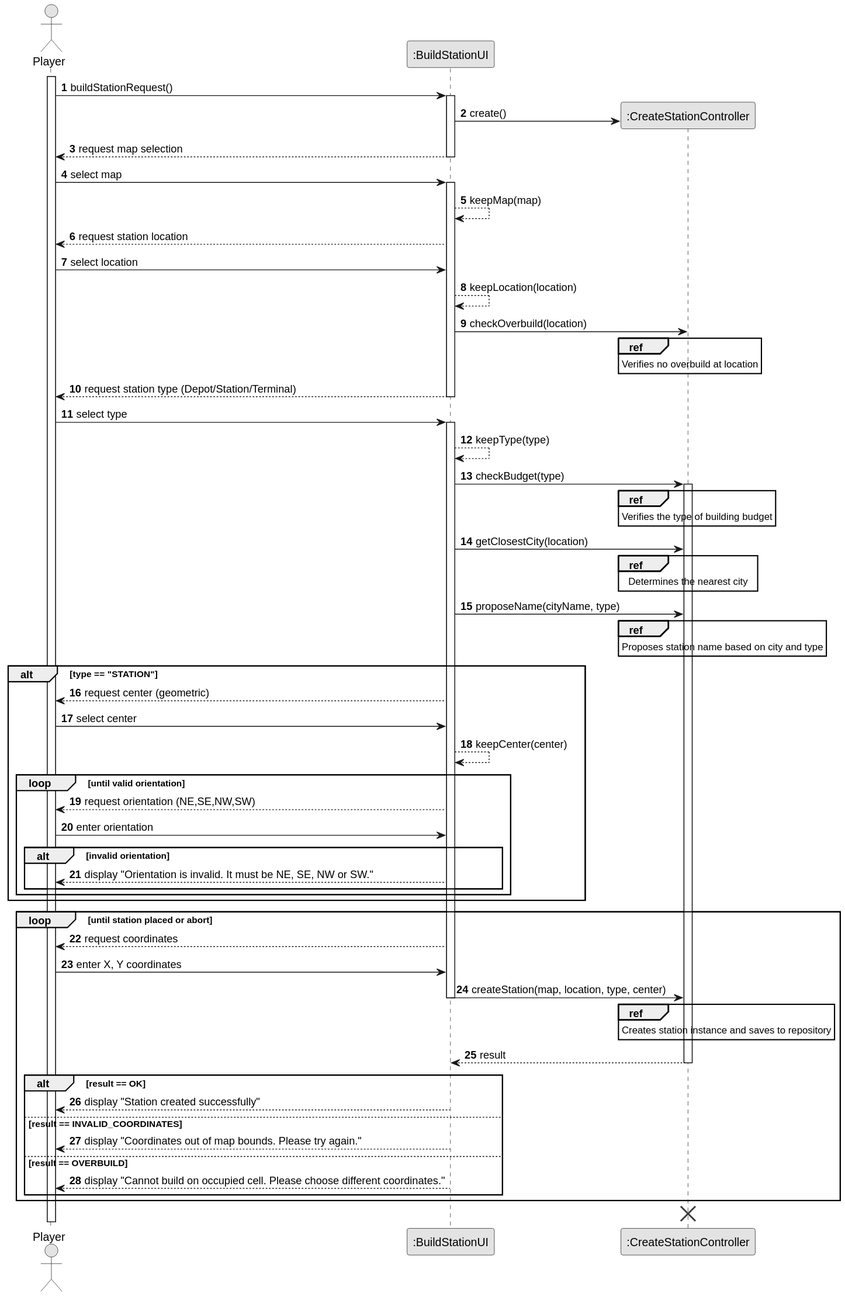
Before: docs/system-documentation/US005/03.design/svg/US005-SD-split.svg, a diagram exported from PlantUML (goncalolopesp/sem2-pi-24.25-g093-repo).
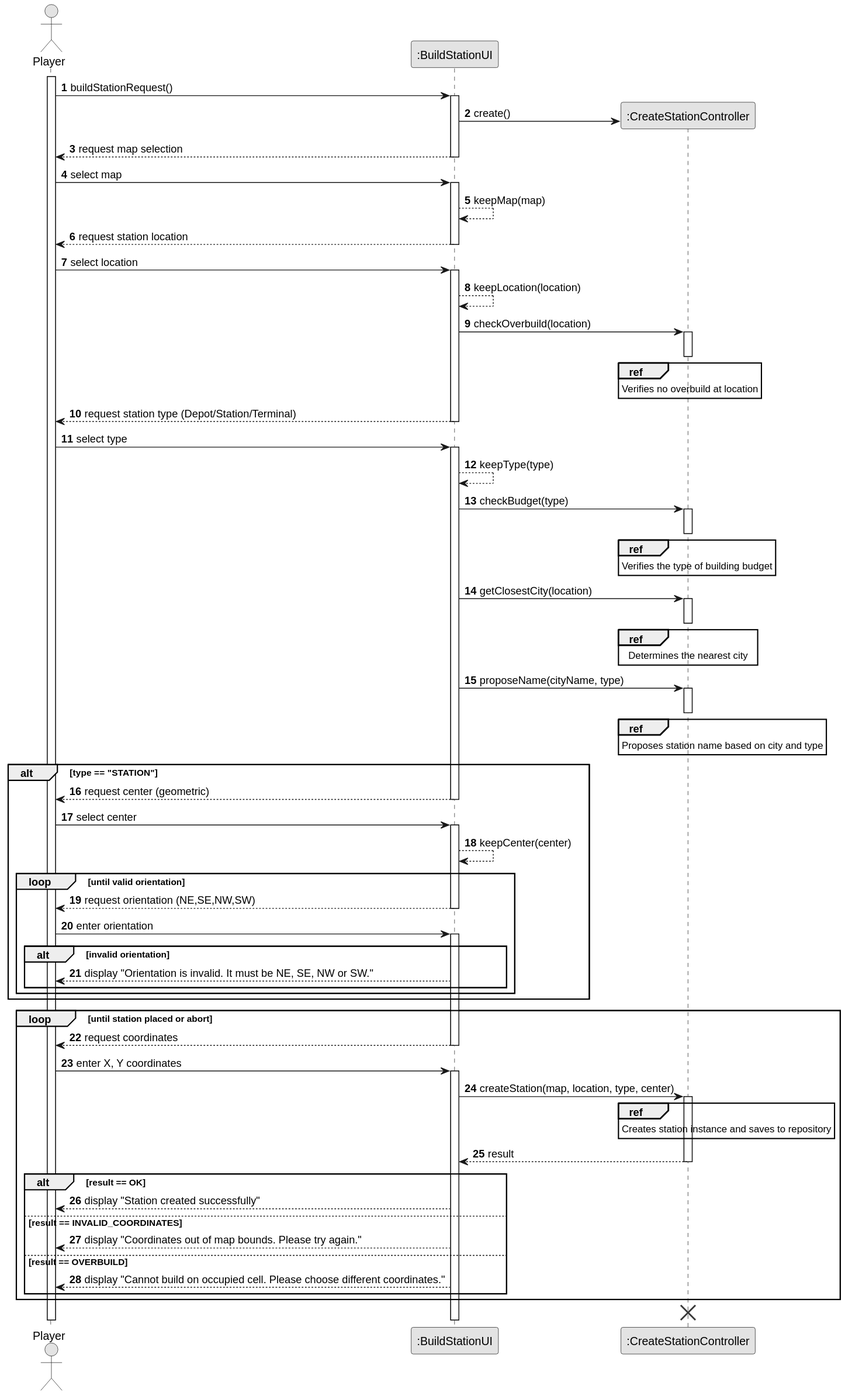
The same file after the commit.

What changed in the source:
```diff
@@ -15,6 +15,7 @@
 create CreateStationController
 activate BuildStationUI
 BuildStationUI -> CreateStationController: create()
+deactivate CreateStationController
 
 BuildStationUI --> Player : request map selection
 deactivate BuildStationUI
@@ -23,13 +24,17 @@
 BuildStationUI --> BuildStationUI : keepMap(map)
 
 BuildStationUI --> Player : request station location
+deactivate BuildStationUI
 Player -> BuildStationUI : select location
+activate BuildStationUI
 BuildStationUI --> BuildStationUI : keepLocation(location)
 
 BuildStationUI -> CreateStationController : checkOverbuild(location)
+activate CreateStationController
 ref over CreateStationController
     Verifies no overbuild at location
 end ref
+deactivate CreateStationController
 
 BuildStationUI --> Player : request station type (Depot/Station/Terminal)
 deactivate BuildStationUI
@@ -42,25 +47,34 @@
 ref over CreateStationController
     Verifies the type of building budget
 end ref
+deactivate CreateStationController
 
 BuildStationUI -> CreateStationController : getClosestCity(location)
+activate CreateStationController
 ref over CreateStationController
     Determines the nearest city
 end ref
+deactivate CreateStationController
 
 BuildStationUI -> CreateStationController : proposeName(cityName, type)
+activate CreateStationController
 ref over CreateStationController
     Proposes station name based on city and type
 end ref
+deactivate CreateStationController
 
 alt type == "STATION"
   BuildStationUI --> Player : request center (geometric)
+  deactivate BuildStationUI
   Player -> BuildStationUI : select center
+  activate BuildStationUI
   BuildStationUI --> BuildStationUI : keepCenter(center)
 
   loop until valid orientation
     BuildStationUI --> Player : request orientation (NE,SE,NW,SW)
+    deactivate BuildStationUI
     Player -> BuildStationUI : enter orientation
+    activate BuildStationUI
     alt invalid orientation
       BuildStationUI --> Player : display "Orientation is invalid. It must be NE, SE, NW or SW."
     end
@@ -69,10 +83,12 @@
 
 loop until station placed or abort
   BuildStationUI --> Player : request coordinates
+  deactivate BuildStationUI
   Player -> BuildStationUI : enter X, Y coordinates
+  activate BuildStationUI
 
   BuildStationUI -> CreateStationController : createStation(map, location, type, center)
-  deactivate BuildStationUI
+  activate CreateStationController
   ref over CreateStationController
     Creates station instance and saves to repository
   end ref
@@ -91,4 +107,5 @@
 
 destroy CreateStationController
 deactivate BuildStationUI
+deactivate Player
 @enduml
```
